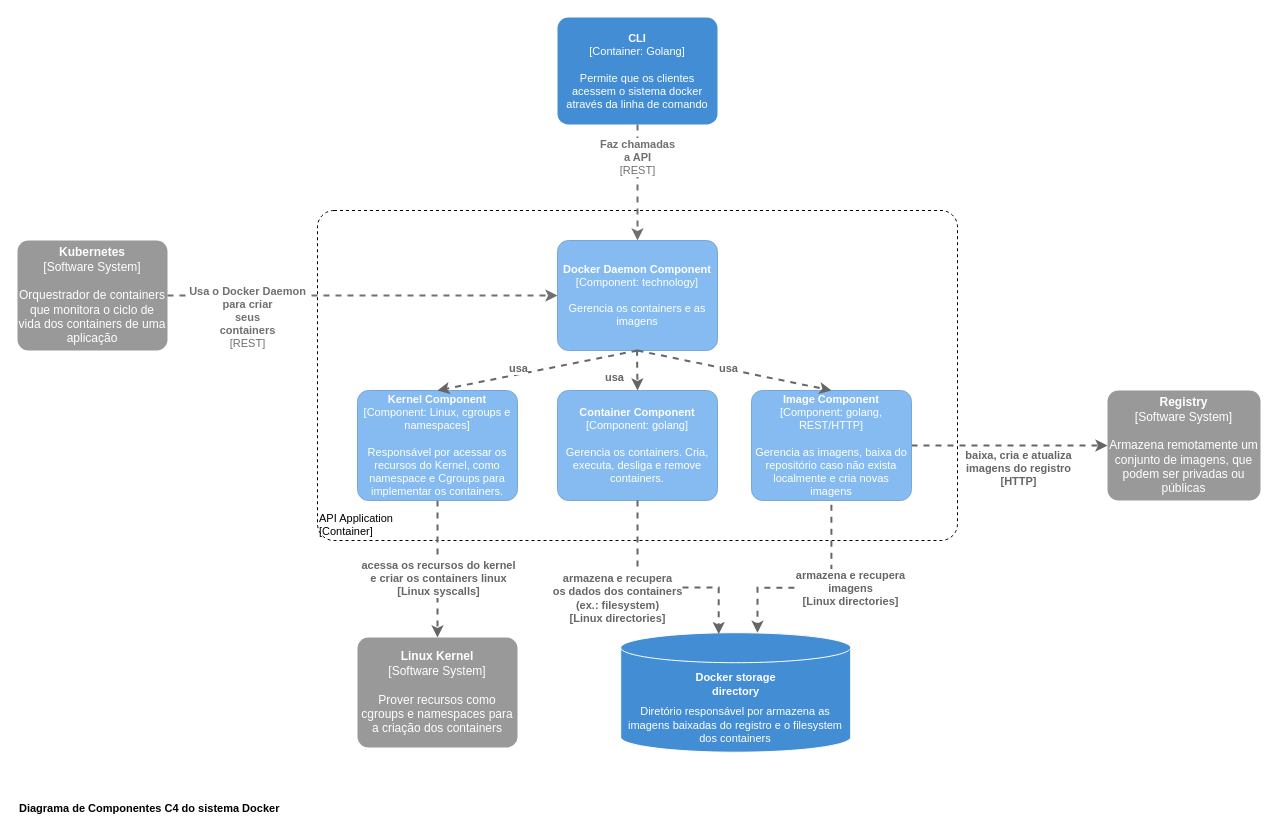
Before: page "component diagram" (3 of 3) of c4-context.drawio in viniciusbds/draw-io, a draw.io diagram. Source tidied: cells renumbered, new cells numbered last; positions are measured from the earlier drawing's top-left corner, leaving out a move shared by most shapes. Both pictures are drawn from the tidied source at 100%, with x=0, y=0 at pixel (17, 17).
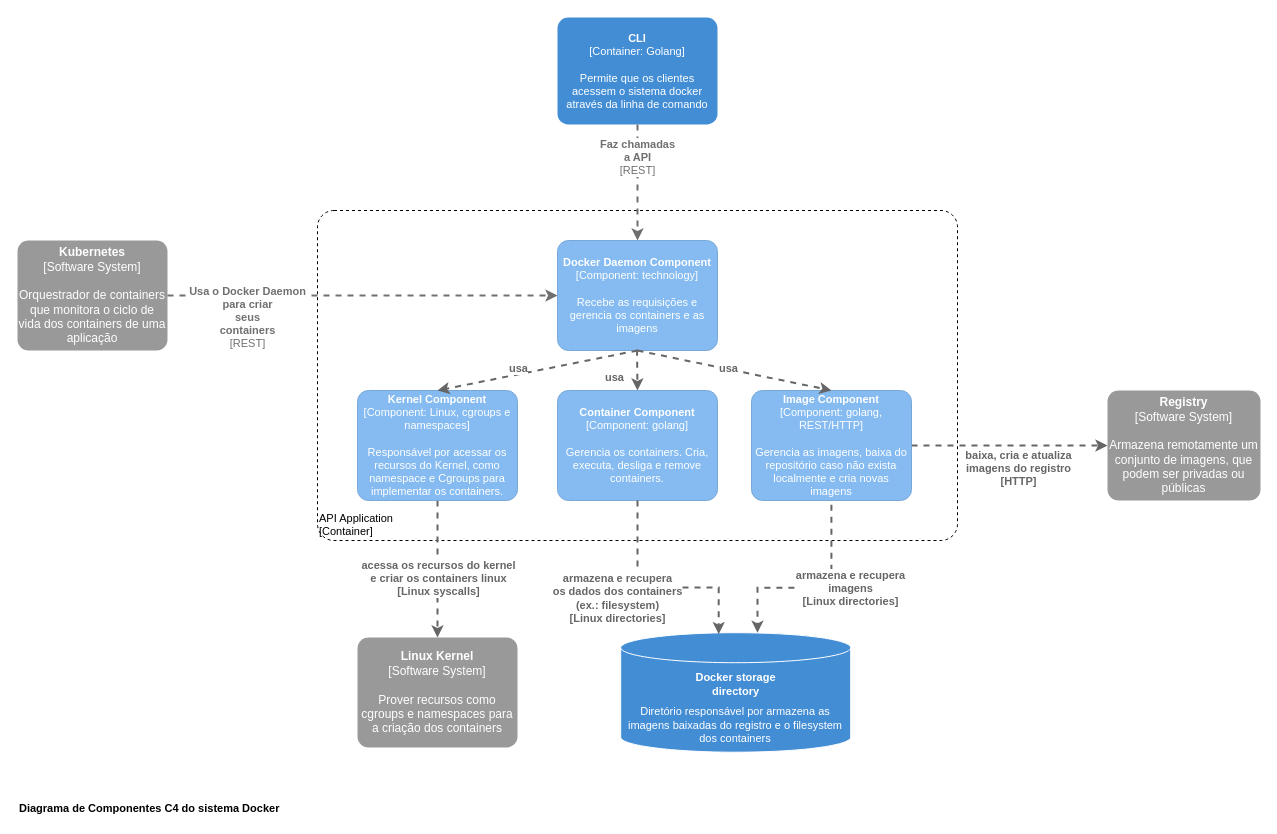
After the change.

Diff of the diagram source:
```diff
@@
-    <object id="19" label="&lt;b&gt;%c4Name%&lt;/b&gt;&lt;div&gt;[%c4Type%: %c4Technology%]&lt;/div&gt;&lt;br&gt;&lt;div&gt;%c4Description%&lt;/div&gt;" c4Description="Gerencia os containers e as imagens" c4Name="Docker Daemon Component" c4Technology="technology" c4Type="Component" placeholders="1">
+    <object id="19" label="&lt;b&gt;%c4Name%&lt;/b&gt;&lt;div&gt;[%c4Type%: %c4Technology%]&lt;/div&gt;&lt;br&gt;&lt;div&gt;%c4Description%&lt;/div&gt;" c4Description="Recebe as requisições e gerencia os containers e as imagens" c4Name="Docker Daemon Component" c4Technology="technology" c4Type="Component" placeholders="1">
       <mxCell style="rounded=1;whiteSpace=wrap;html=1;labelBackgroundColor=none;fillColor=#85BBF0;fontColor=#ffffff;align=center;arcSize=10;strokeColor=#78A8D8;metaData={&quot;c4Type&quot;:{&quot;editable&quot;:false}};points=[[0.25,0,0],[0.5,0,0],[0.75,0,0],[1,0.25,0],[1,0.5,0],[1,0.75,0],[0.75,1,0],[0.5,1,0],[0.25,1,0],[0,0.75,0],[0,0.5,0],[0,0.25,0]];shadow=0;glass=0;sketch=0;fontSize=11;" parent="1" vertex="1">
         <mxGeometry x="540" y="223" width="160" height="110" as="geometry" />
       </mxCell>
     </object>
```
